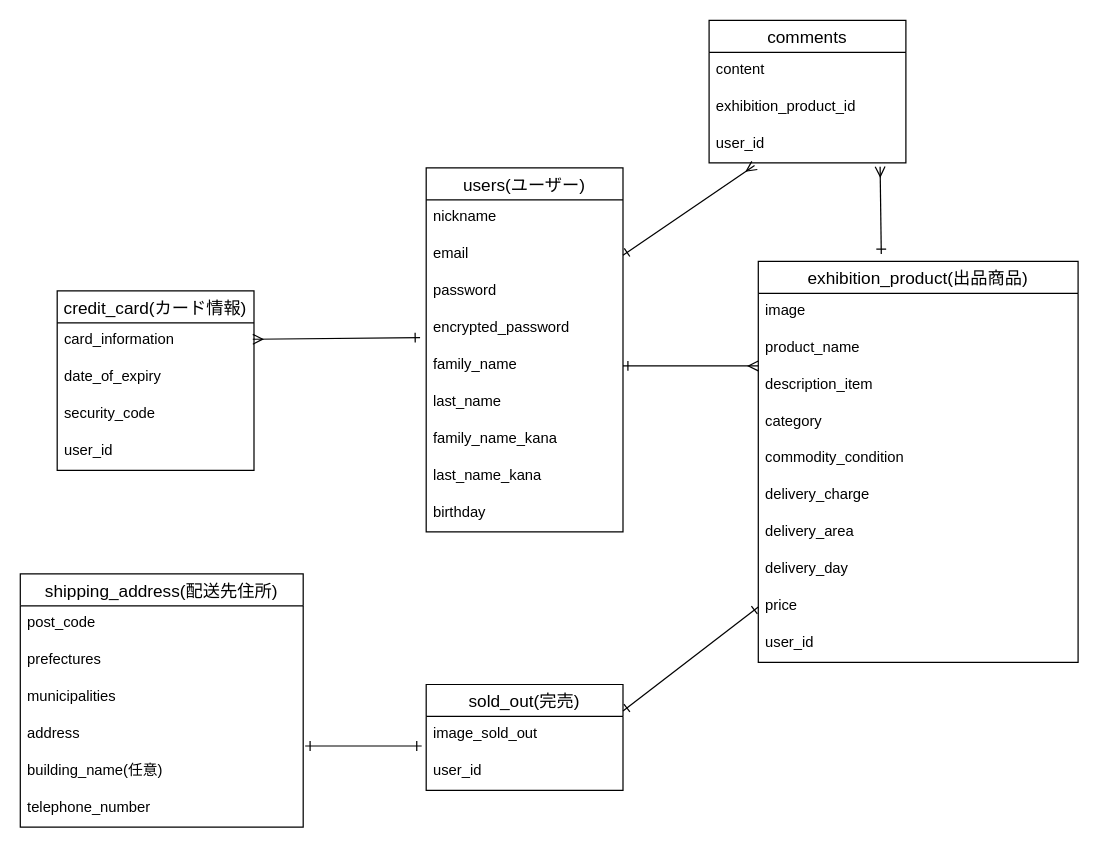
This is .dio from chikati3/furima-38800, a draw.io file, before an edit. Source tidied: cells renumbered, new cells numbered last; positions are measured from the earlier drawing's top-left corner, leaving out a move shared by most shapes. Both pictures are drawn from the tidied source at 123%, with x=0, y=0 at pixel (20, 20).
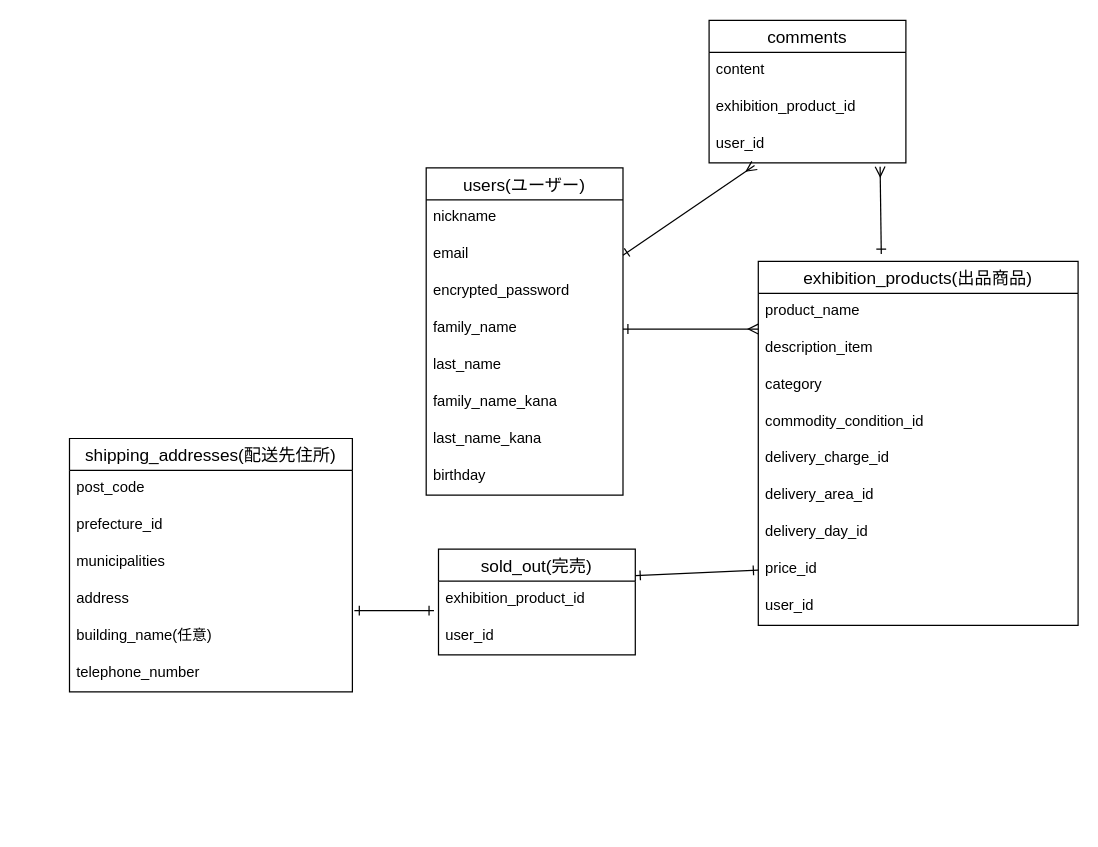
After the change.

Commit message (it also covers changes not shown here):
データベース設計修正

The edit, as a diff of the source:
```diff
@@
-    <mxCell id="2" style="edgeStyle=none;html=1;exitX=-0.031;exitY=0.733;exitDx=0;exitDy=0;endArrow=ERmany;endFill=0;startArrow=ERone;startFill=0;strokeWidth=1;entryX=0.994;entryY=0.444;entryDx=0;entryDy=0;entryPerimeter=0;exitPerimeter=0;" parent="1" edge="1" source="7" target="14">
-      <mxGeometry relative="1" as="geometry" />
-    </mxCell>
     <mxCell id="3" value="users(ユーザー)" style="swimlane;fontStyle=0;horizontal=1;startSize=26;align=center;fontSize=14;" parent="1" vertex="1">
-      <mxGeometry x="330" y="120" width="160" height="296" as="geometry" />
+      <mxGeometry x="330" y="120" width="160" height="266" as="geometry" />
     </mxCell>
@@
-    <mxCell id="6" value="password" style="text;strokeColor=none;fillColor=none;spacingLeft=4;spacingRight=4;overflow=hidden;fontSize=12;" parent="3" vertex="1">
-      <mxGeometry y="86" width="160" height="30" as="geometry" />
-    </mxCell>
     <mxCell id="7" value="encrypted_password" style="text;strokeColor=none;fillColor=none;spacingLeft=4;spacingRight=4;overflow=hidden;points=[[0,0.5],[1,0.5]];portConstraint=eastwest;fontSize=12;" parent="3" vertex="1">
-      <mxGeometry y="116" width="160" height="30" as="geometry" />
+      <mxGeometry y="86" width="160" height="30" as="geometry" />
     </mxCell>
     <mxCell id="8" value="family_name" style="text;strokeColor=none;fillColor=none;spacingLeft=4;spacingRight=4;overflow=hidden;points=[[0,0.5],[1,0.5]];portConstraint=eastwest;fontSize=12;" parent="3" vertex="1">
-      <mxGeometry y="146" width="160" height="30" as="geometry" />
+      <mxGeometry y="116" width="160" height="30" as="geometry" />
     </mxCell>
     <mxCell id="9" value="last_name" style="text;strokeColor=none;fillColor=none;spacingLeft=4;spacingRight=4;overflow=hidden;fontSize=12;" parent="3" vertex="1">
-      <mxGeometry y="176" width="160" height="30" as="geometry" />
+      <mxGeometry y="146" width="160" height="30" as="geometry" />
     </mxCell>
     <mxCell id="10" value="family_name_kana" style="text;strokeColor=none;fillColor=none;spacingLeft=4;spacingRight=4;overflow=hidden;fontSize=12;" parent="3" vertex="1">
-      <mxGeometry y="206" width="160" height="30" as="geometry" />
+      <mxGeometry y="176" width="160" height="30" as="geometry" />
     </mxCell>
     <mxCell id="11" value="last_name_kana" style="text;strokeColor=none;fillColor=none;spacingLeft=4;spacingRight=4;overflow=hidden;fontSize=12;" parent="3" vertex="1">
-      <mxGeometry y="236" width="160" height="30" as="geometry" />
+      <mxGeometry y="206" width="160" height="30" as="geometry" />
     </mxCell>
     <mxCell id="12" value="birthday" style="text;strokeColor=none;fillColor=none;spacingLeft=4;spacingRight=4;overflow=hidden;fontSize=12;" parent="3" vertex="1">
-      <mxGeometry y="266" width="160" height="30" as="geometry" />
+      <mxGeometry y="236" width="160" height="30" as="geometry" />
     </mxCell>
-    <mxCell id="13" value="credit_card(カード情報)" style="swimlane;fontStyle=0;horizontal=1;startSize=26;align=center;fontSize=14;" parent="1" vertex="1">
-      <mxGeometry x="30" y="220" width="160" height="146" as="geometry" />
-    </mxCell>
-    <mxCell id="14" value="card_information" style="text;strokeColor=none;fillColor=none;spacingLeft=4;spacingRight=4;overflow=hidden;points=[[0,0.5],[1,0.5]];portConstraint=eastwest;fontSize=12;" parent="13" vertex="1">
-      <mxGeometry y="26" width="160" height="30" as="geometry" />
-    </mxCell>
-    <mxCell id="15" value="date_of_expiry" style="text;strokeColor=none;fillColor=none;spacingLeft=4;spacingRight=4;overflow=hidden;fontSize=12;" parent="13" vertex="1">
-      <mxGeometry y="56" width="160" height="30" as="geometry" />
-    </mxCell>
-    <mxCell id="16" value="security_code" style="text;strokeColor=none;fillColor=none;spacingLeft=4;spacingRight=4;overflow=hidden;fontSize=12;" parent="13" vertex="1">
-      <mxGeometry y="86" width="160" height="30" as="geometry" />
-    </mxCell>
-    <mxCell id="17" value="user_id" style="text;strokeColor=none;fillColor=none;spacingLeft=4;spacingRight=4;overflow=hidden;fontSize=12;" parent="13" vertex="1">
-      <mxGeometry y="116" width="160" height="30" as="geometry" />
-    </mxCell>
@@
-    <mxCell id="19" value="exhibition_product(出品商品)" style="swimlane;fontStyle=0;horizontal=1;startSize=26;align=center;fontSize=14;" parent="1" vertex="1">
-      <mxGeometry x="600" y="196" width="260" height="326" as="geometry" />
+    <mxCell id="19" value="exhibition_products(出品商品)" style="swimlane;fontStyle=0;horizontal=1;startSize=26;align=center;fontSize=14;" parent="1" vertex="1">
+      <mxGeometry x="600" y="196" width="260" height="296" as="geometry" />
     </mxCell>
-    <mxCell id="20" value="image" style="text;strokeColor=none;fillColor=none;spacingLeft=4;spacingRight=4;overflow=hidden;fontSize=12;" parent="19" vertex="1">
-      <mxGeometry y="26" width="260" height="30" as="geometry" />
-    </mxCell>
     <mxCell id="21" value="product_name" style="text;strokeColor=none;fillColor=none;spacingLeft=4;spacingRight=4;overflow=hidden;fontSize=12;" parent="19" vertex="1">
-      <mxGeometry y="56" width="260" height="30" as="geometry" />
+      <mxGeometry y="26" width="260" height="30" as="geometry" />
     </mxCell>
     <mxCell id="22" value="description_item" style="text;strokeColor=none;fillColor=none;spacingLeft=4;spacingRight=4;overflow=hidden;points=[[0,0.5],[1,0.5]];portConstraint=eastwest;fontSize=12;" parent="19" vertex="1">
-      <mxGeometry y="86" width="260" height="30" as="geometry" />
+      <mxGeometry y="56" width="260" height="30" as="geometry" />
     </mxCell>
     <mxCell id="23" value="category" style="text;strokeColor=none;fillColor=none;spacingLeft=4;spacingRight=4;overflow=hidden;fontSize=12;" parent="19" vertex="1">
-      <mxGeometry y="116" width="260" height="30" as="geometry" />
+      <mxGeometry y="86" width="260" height="30" as="geometry" />
     </mxCell>
-    <mxCell id="24" value="commodity_condition" style="text;strokeColor=none;fillColor=none;spacingLeft=4;spacingRight=4;overflow=hidden;fontSize=12;" parent="19" vertex="1">
-      <mxGeometry y="146" width="260" height="30" as="geometry" />
+    <mxCell id="24" value="commodity_condition_id" style="text;strokeColor=none;fillColor=none;spacingLeft=4;spacingRight=4;overflow=hidden;fontSize=12;" parent="19" vertex="1">
+      <mxGeometry y="116" width="260" height="30" as="geometry" />
     </mxCell>
-    <mxCell id="25" value="delivery_charge" style="text;strokeColor=none;fillColor=none;spacingLeft=4;spacingRight=4;overflow=hidden;fontSize=12;" parent="19" vertex="1">
-      <mxGeometry y="176" width="260" height="30" as="geometry" />
+    <mxCell id="25" value="delivery_charge_id" style="text;strokeColor=none;fillColor=none;spacingLeft=4;spacingRight=4;overflow=hidden;fontSize=12;" parent="19" vertex="1">
+      <mxGeometry y="146" width="260" height="30" as="geometry" />
     </mxCell>
-    <mxCell id="26" value="delivery_area" style="text;strokeColor=none;fillColor=none;spacingLeft=4;spacingRight=4;overflow=hidden;fontSize=12;" parent="19" vertex="1">
-      <mxGeometry y="206" width="260" height="30" as="geometry" />
+    <mxCell id="26" value="delivery_area_id" style="text;strokeColor=none;fillColor=none;spacingLeft=4;spacingRight=4;overflow=hidden;fontSize=12;" parent="19" vertex="1">
+      <mxGeometry y="176" width="260" height="30" as="geometry" />
     </mxCell>
-    <mxCell id="27" value="delivery_day" style="text;strokeColor=none;fillColor=none;spacingLeft=4;spacingRight=4;overflow=hidden;fontSize=12;" parent="19" vertex="1">
-      <mxGeometry y="236" width="260" height="30" as="geometry" />
+    <mxCell id="27" value="delivery_day_id" style="text;strokeColor=none;fillColor=none;spacingLeft=4;spacingRight=4;overflow=hidden;fontSize=12;" parent="19" vertex="1">
+      <mxGeometry y="206" width="260" height="30" as="geometry" />
     </mxCell>
-    <mxCell id="28" value="price" style="text;strokeColor=none;fillColor=none;spacingLeft=4;spacingRight=4;overflow=hidden;points=[[0,0.5],[1,0.5]];portConstraint=eastwest;fontSize=12;" parent="19" vertex="1">
-      <mxGeometry y="266" width="260" height="30" as="geometry" />
+    <mxCell id="28" value="price_id" style="text;strokeColor=none;fillColor=none;spacingLeft=4;spacingRight=4;overflow=hidden;points=[[0,0.5],[1,0.5]];portConstraint=eastwest;fontSize=12;" parent="19" vertex="1">
+      <mxGeometry y="236" width="260" height="30" as="geometry" />
     </mxCell>
     <mxCell id="29" value="user_id" style="text;strokeColor=none;fillColor=none;spacingLeft=4;spacingRight=4;overflow=hidden;fontSize=12;" parent="19" vertex="1">
-      <mxGeometry y="296" width="260" height="30" as="geometry" />
+      <mxGeometry y="266" width="260" height="30" as="geometry" />
     </mxCell>
     <mxCell id="30" value="sold_out(完売)" style="swimlane;fontStyle=0;horizontal=1;startSize=26;align=center;fontSize=14;" parent="1" vertex="1">
-      <mxGeometry x="330" y="540" width="160" height="86" as="geometry" />
+      <mxGeometry x="340" y="430" width="160" height="86" as="geometry" />
     </mxCell>
-    <mxCell id="31" value="image_sold_out" style="text;strokeColor=none;fillColor=none;spacingLeft=4;spacingRight=4;overflow=hidden;points=[[0,0.5],[1,0.5]];portConstraint=eastwest;fontSize=12;" parent="30" vertex="1">
+    <mxCell id="31" value="exhibition_product_id" style="text;strokeColor=none;fillColor=none;spacingLeft=4;spacingRight=4;overflow=hidden;points=[[0,0.5],[1,0.5]];portConstraint=eastwest;fontSize=12;" parent="30" vertex="1">
       <mxGeometry y="26" width="160" height="30" as="geometry" />
     </mxCell>
@@
-    <mxCell id="33" value="shipping_address(配送先住所)" style="swimlane;fontStyle=0;horizontal=1;startSize=26;align=center;fontSize=14;" parent="1" vertex="1">
-      <mxGeometry y="450" width="230" height="206" as="geometry" />
+    <mxCell id="33" value="shipping_addresses(配送先住所)" style="swimlane;fontStyle=0;horizontal=1;startSize=26;align=center;fontSize=14;" parent="1" vertex="1">
+      <mxGeometry x="40" y="340" width="230" height="206" as="geometry" />
     </mxCell>
@@
-    <mxCell id="35" value="prefectures" style="text;strokeColor=none;fillColor=none;spacingLeft=4;spacingRight=4;overflow=hidden;fontSize=12;" parent="33" vertex="1">
+    <mxCell id="35" value="prefecture_id" style="text;strokeColor=none;fillColor=none;spacingLeft=4;spacingRight=4;overflow=hidden;fontSize=12;" parent="33" vertex="1">
       <mxGeometry y="56" width="230" height="30" as="geometry" />
     </mxCell>
```
